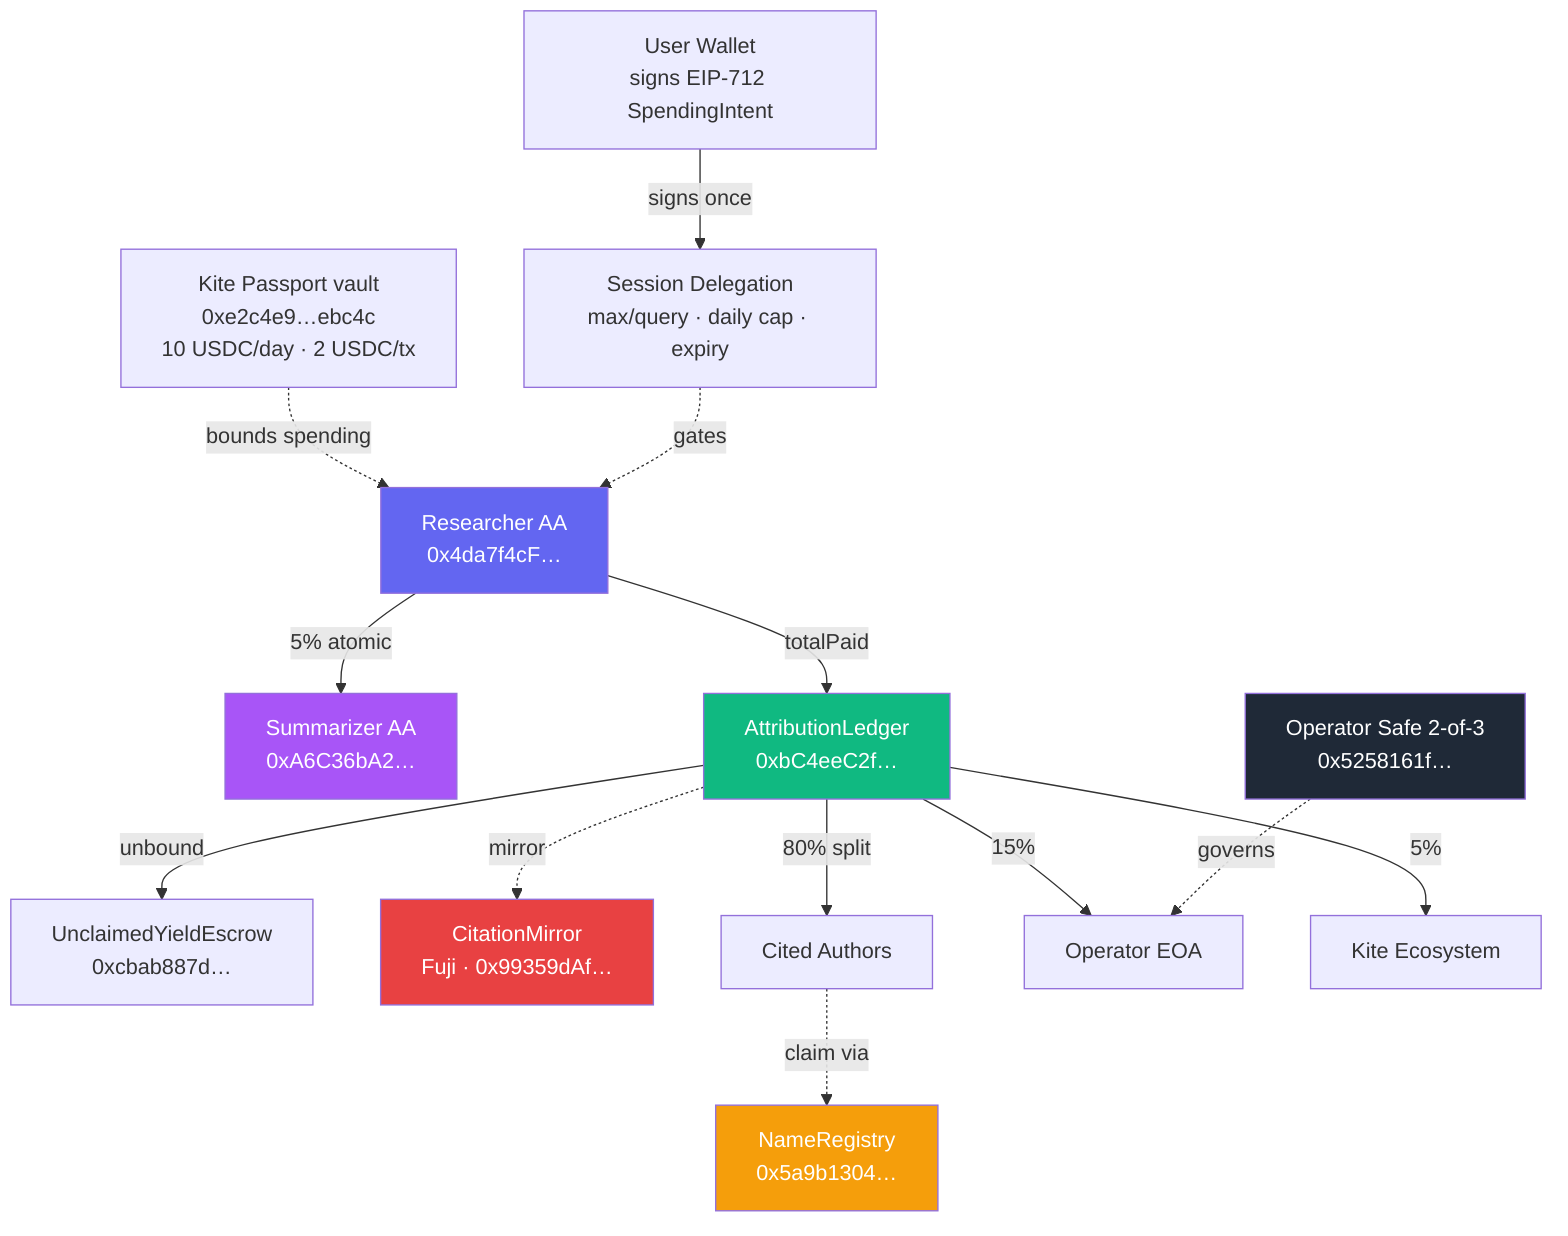
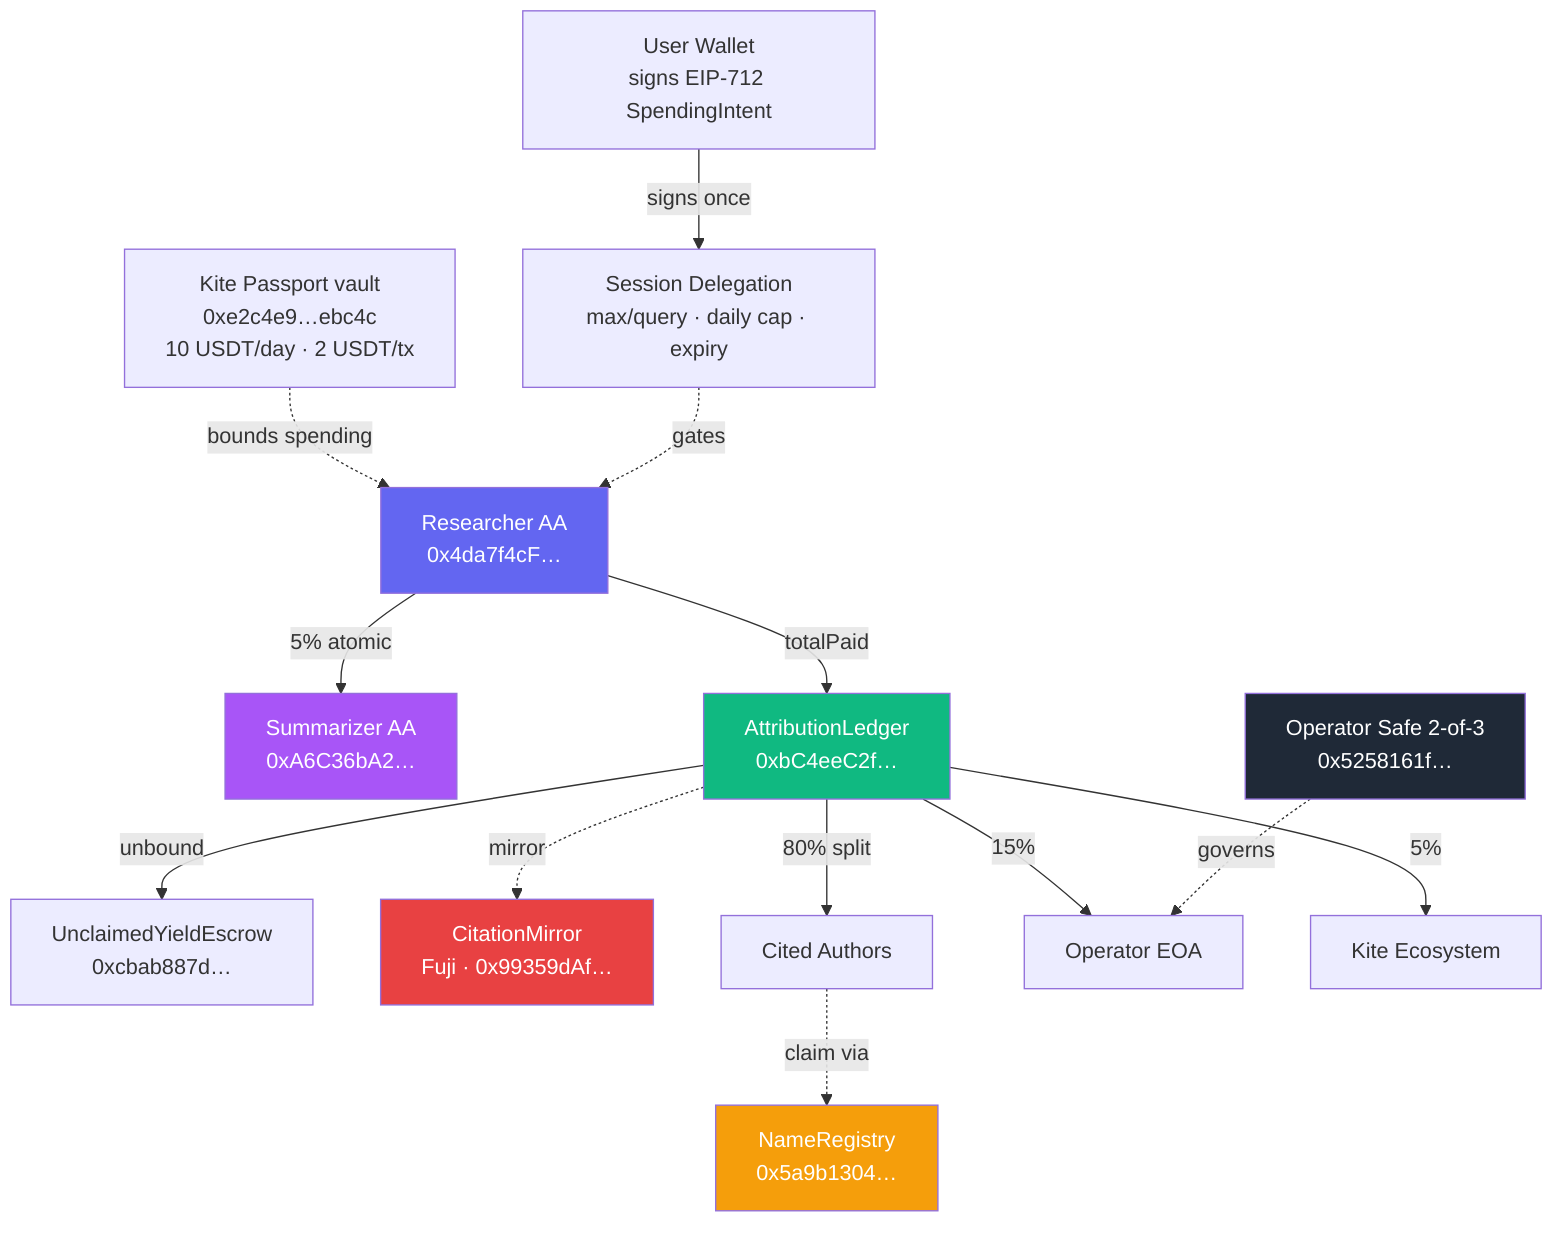
flowchart TB
    User[User Wallet<br/>signs EIP-712 SpendingIntent]
    Passport[Session Delegation<br/>max/query · daily cap · expiry]
-     KitePass[Kite Passport vault<br/>0xe2c4e9…ebc4c<br/>10 USDC/day · 2 USDC/tx]
+     KitePass[Kite Passport vault<br/>0xe2c4e9…ebc4c<br/>10 USDT/day · 2 USDT/tx]
    Researcher[Researcher AA<br/>0x4da7f4cF…]
    Summarizer[Summarizer AA<br/>0xA6C36bA2…]
    Ledger[AttributionLedger<br/>0xbC4eeC2f…]
    NameReg[NameRegistry<br/>0x5a9b1304…]
    Escrow[UnclaimedYieldEscrow<br/>0xcbab887d…]
    Mirror[CitationMirror<br/>Fuji · 0x99359dAf…]
    Safe[Operator Safe 2-of-3<br/>0x5258161f…]

    User --signs once--> Passport
    KitePass -.bounds spending.-> Researcher
    Passport -.gates.-> Researcher
    Researcher --5% atomic--> Summarizer
    Researcher --totalPaid--> Ledger
    Ledger --80% split--> Authors[Cited Authors]
    Ledger --15%--> Operator[Operator EOA]
    Ledger --5%--> Eco[Kite Ecosystem]
    Authors -.claim via.-> NameReg
    Ledger --unbound--> Escrow
    Ledger -.mirror.-> Mirror
    Safe -.governs.-> Operator

    style Researcher fill:#6366f1,color:#fff
    style Summarizer fill:#a855f7,color:#fff
    style Ledger fill:#10b981,color:#fff
    style NameReg fill:#f59e0b,color:#fff
    style Mirror fill:#e84142,color:#fff
    style Safe fill:#1f2937,color:#fff
